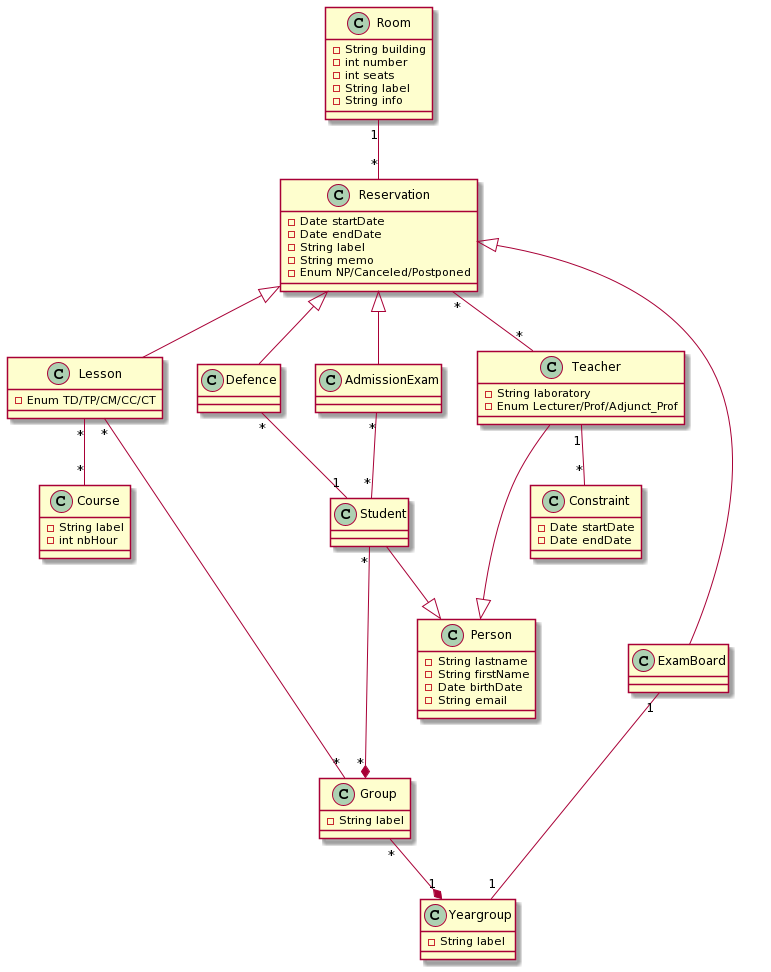
The PlantUML diagram ClassDiagram.png in El-Sashok/UltraPlanning, before a commit.
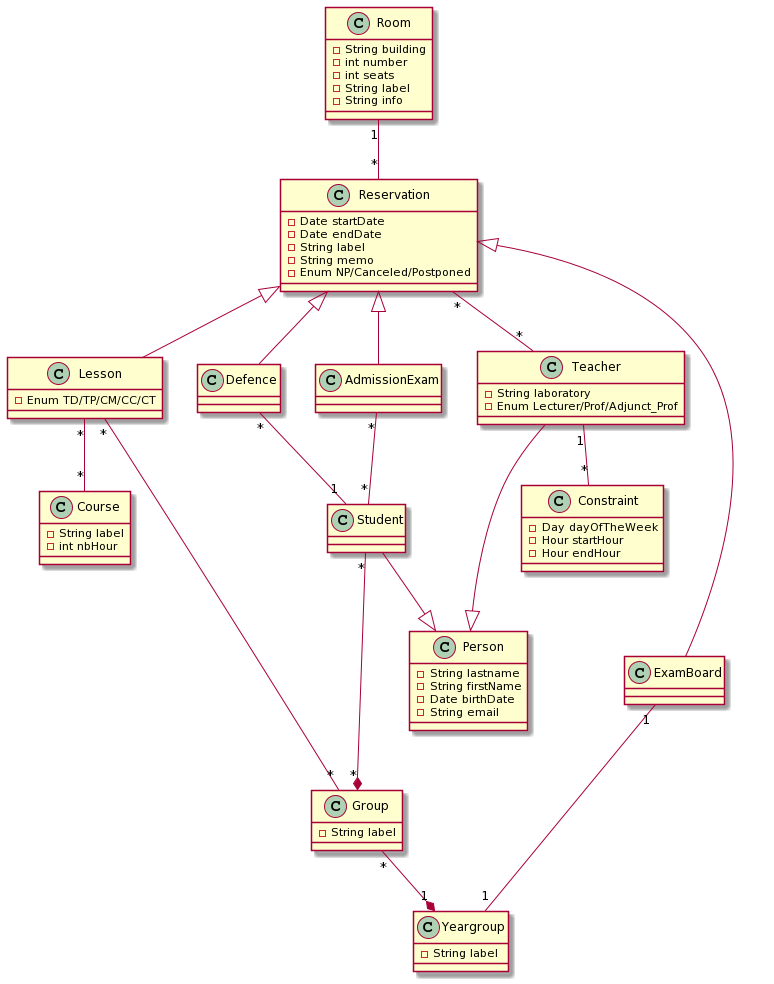
After the change.

Change to the diagram source:
```diff
@@ -28,8 +28,9 @@
 }
 
 class Constraint {
-    -Date startDate
-    -Date endDate
+    -Day dayOfTheWeek
+    -Hour startHour
+    -Hour endHour
 }
 
 class Group {
```
